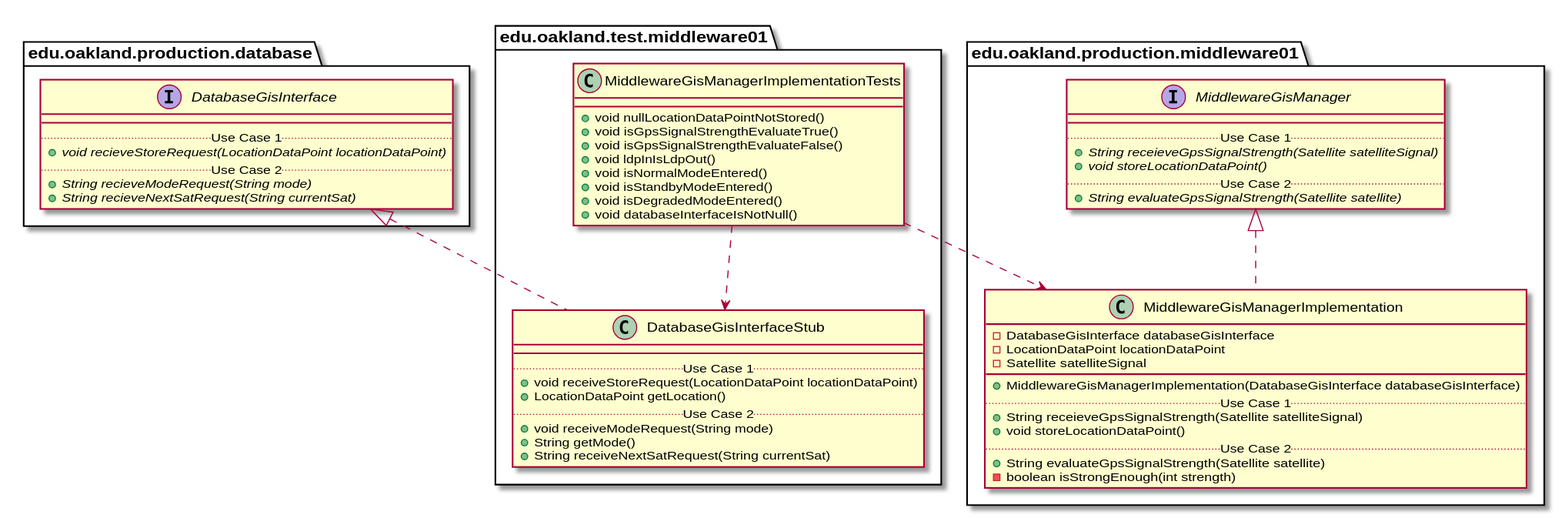
This is docs/uml-class-diagrams/middleware01/test/MiddlewareGisManagerImplementationTests/MiddlewareGisManagerImplementationTests_Closure.svg from andrewdimmer/csi-3370-software-project, a PlantUML export, as it was before one commit.
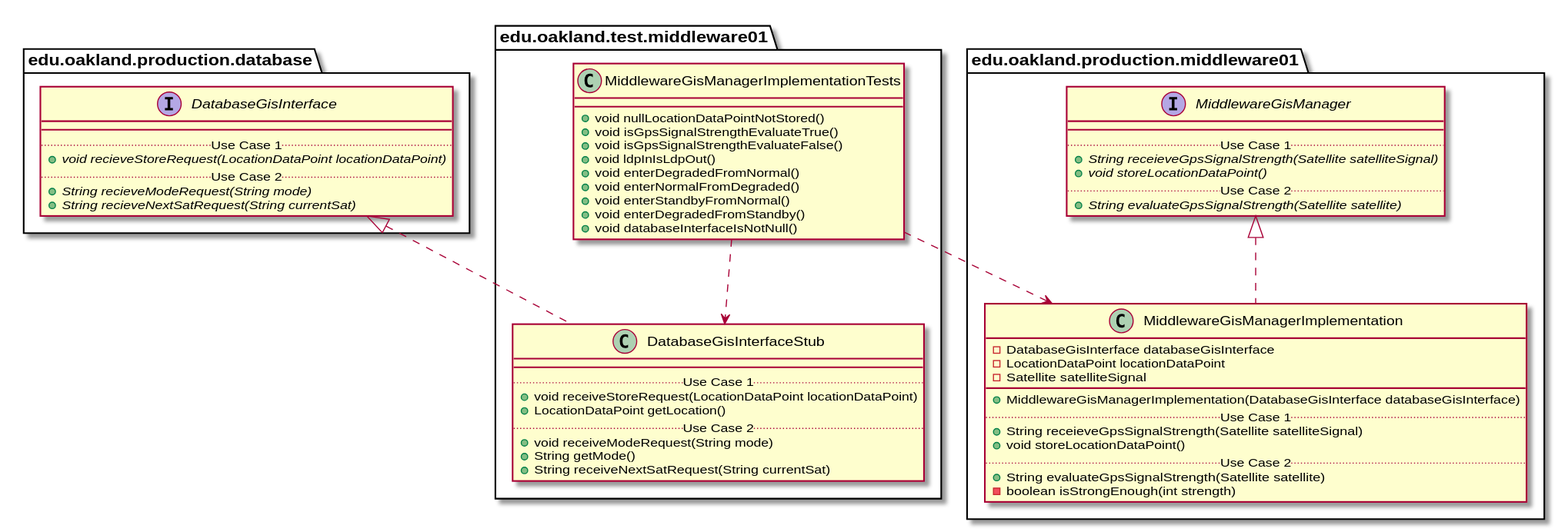
The same file after the commit.

Diff of the diagram source:
```diff
@@ -7,9 +7,10 @@
     + void isGpsSignalStrengthEvaluateTrue()
     + void isGpsSignalStrengthEvaluateFalse()
     + void ldpInIsLdpOut()
-    + void isNormalModeEntered()
-    + void isStandbyModeEntered()
-    + void isDegradedModeEntered()
+    + void enterDegradedFromNormal()
+    + void enterNormalFromDegraded()
+    + void enterStandbyFromNormal()
+    + void enterDegradedFromStandby()
     + void databaseInterfaceIsNotNull()
   }
 }
```
